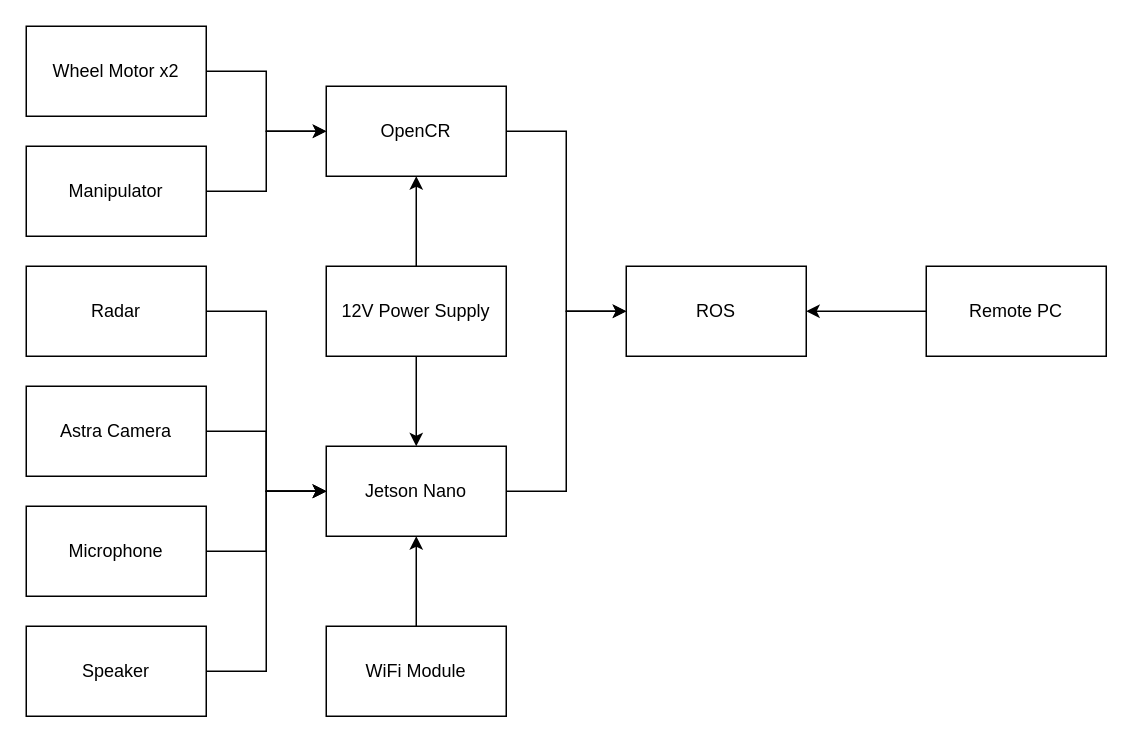
supercatex/flowchart keeps this draw.io diagram as page "Hardware Architecture" (1 of 3) of MR2.drawio. Above is the earlier version. Source tidied: cells renumbered, new cells numbered last; positions are measured from the earlier drawing's top-left corner, leaving out a move shared by most shapes. Both pictures are drawn from the tidied source at 150%, with x=0, y=0 at pixel (26, 26).
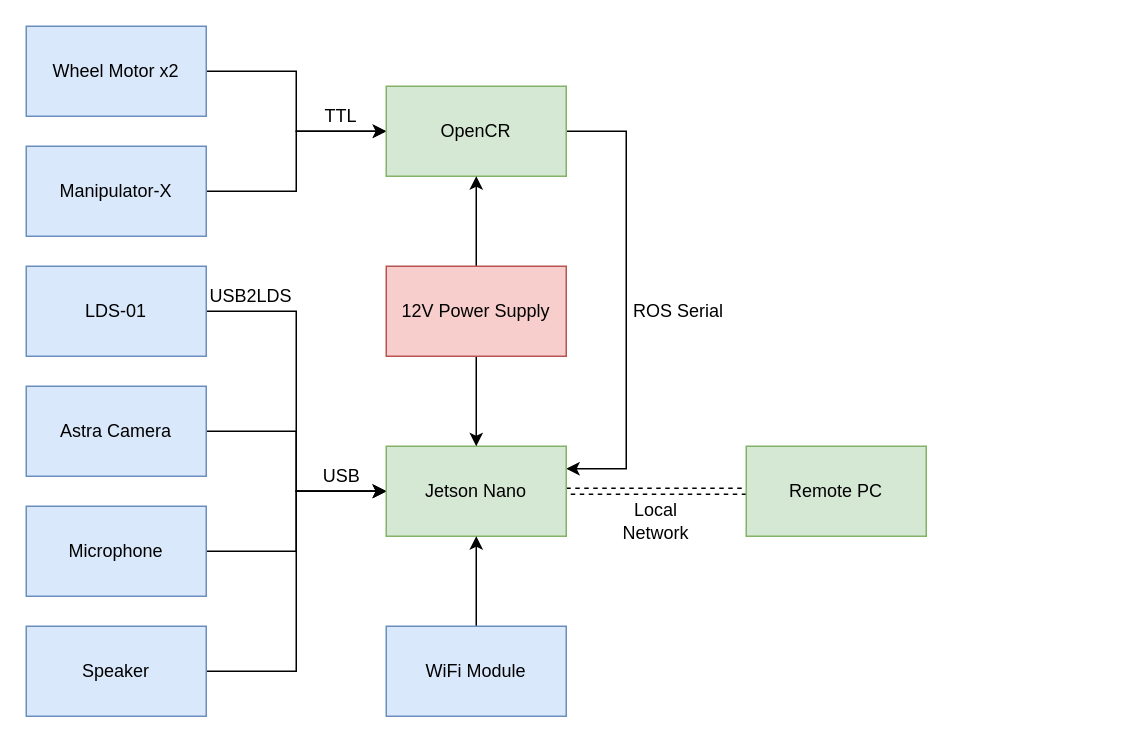
Above is the later version.

What changed in the source:
```diff
@@
-    <mxCell id="3" value="Radar" style="rounded=0;whiteSpace=wrap;html=1;" parent="1" vertex="1">
+    <mxCell id="3" value="LDS-01" style="rounded=0;whiteSpace=wrap;html=1;fillColor=#dae8fc;strokeColor=#6c8ebf;" parent="1" vertex="1">
       <mxGeometry y="160" width="120" height="60" as="geometry" />
     </mxCell>
@@
-    <mxCell id="5" value="Wheel Motor x2" style="rounded=0;whiteSpace=wrap;html=1;" parent="1" vertex="1">
+    <mxCell id="5" value="Wheel Motor x2" style="rounded=0;whiteSpace=wrap;html=1;fillColor=#dae8fc;strokeColor=#6c8ebf;" parent="1" vertex="1">
       <mxGeometry width="120" height="60" as="geometry" />
     </mxCell>
@@
-    <mxCell id="7" value="Manipulator" style="rounded=0;whiteSpace=wrap;html=1;" parent="1" vertex="1">
+    <mxCell id="7" value="Manipulator-X" style="rounded=0;whiteSpace=wrap;html=1;fillColor=#dae8fc;strokeColor=#6c8ebf;" parent="1" vertex="1">
       <mxGeometry y="80" width="120" height="60" as="geometry" />
     </mxCell>
@@
-    <mxCell id="9" value="Astra Camera" style="rounded=0;whiteSpace=wrap;html=1;" parent="1" vertex="1">
+    <mxCell id="9" value="Astra Camera" style="rounded=0;whiteSpace=wrap;html=1;fillColor=#dae8fc;strokeColor=#6c8ebf;" parent="1" vertex="1">
       <mxGeometry y="240" width="120" height="60" as="geometry" />
     </mxCell>
@@
-    <mxCell id="11" value="Microphone" style="rounded=0;whiteSpace=wrap;html=1;align=center;" parent="1" vertex="1">
+    <mxCell id="11" value="Microphone" style="rounded=0;whiteSpace=wrap;html=1;align=center;fillColor=#dae8fc;strokeColor=#6c8ebf;" parent="1" vertex="1">
       <mxGeometry y="320" width="120" height="60" as="geometry" />
     </mxCell>
@@
-    <mxCell id="13" value="Speaker" style="rounded=0;whiteSpace=wrap;html=1;align=center;" parent="1" vertex="1">
+    <mxCell id="13" value="Speaker" style="rounded=0;whiteSpace=wrap;html=1;align=center;fillColor=#dae8fc;strokeColor=#6c8ebf;" parent="1" vertex="1">
       <mxGeometry y="400" width="120" height="60" as="geometry" />
     </mxCell>
-    <mxCell id="14" style="edgeStyle=orthogonalEdgeStyle;rounded=0;jettySize=auto;html=1;exitX=1;exitY=0.5;exitDx=0;exitDy=0;entryX=0;entryY=0.5;entryDx=0;entryDy=0;" parent="1" edge="1" source="15" target="20">
-      <mxGeometry relative="1" as="geometry" />
-    </mxCell>
+    <mxCell id="26" style="edgeStyle=orthogonalEdgeStyle;rounded=0;jettySize=auto;html=1;exitX=1;exitY=0.5;exitDx=0;exitDy=0;entryX=1;entryY=0.25;entryDx=0;entryDy=0;startArrow=none;startFill=0;" parent="1" edge="1" source="15" target="17">
+      <mxGeometry relative="1" as="geometry">
+        <Array as="points">
+          <mxPoint x="400" y="70" />
+          <mxPoint x="400" y="295" />
+        </Array>
+      </mxGeometry>
+    </mxCell>
-    <mxCell id="15" value="OpenCR" style="rounded=0;whiteSpace=wrap;html=1;align=center;" parent="1" vertex="1">
-      <mxGeometry x="200" y="40" width="120" height="60" as="geometry" />
+    <mxCell id="15" value="OpenCR" style="rounded=0;whiteSpace=wrap;html=1;align=center;fillColor=#d5e8d4;strokeColor=#82b366;" parent="1" vertex="1">
+      <mxGeometry x="240" y="40" width="120" height="60" as="geometry" />
     </mxCell>
-    <mxCell id="16" style="edgeStyle=orthogonalEdgeStyle;rounded=0;jettySize=auto;html=1;exitX=1;exitY=0.5;exitDx=0;exitDy=0;entryX=0;entryY=0.5;entryDx=0;entryDy=0;" parent="1" edge="1" source="17" target="20">
-      <mxGeometry relative="1" as="geometry" />
-    </mxCell>
+    <mxCell id="27" style="edgeStyle=orthogonalEdgeStyle;shape=link;rounded=0;jettySize=auto;html=1;exitX=1;exitY=0.5;exitDx=0;exitDy=0;entryX=0;entryY=0.5;entryDx=0;entryDy=0;dashed=1;startArrow=none;startFill=0;" parent="1" edge="1" source="17" target="22">
+      <mxGeometry relative="1" as="geometry" />
+    </mxCell>
-    <mxCell id="17" value="Jetson Nano" style="rounded=0;whiteSpace=wrap;html=1;align=center;" parent="1" vertex="1">
-      <mxGeometry x="200" y="280" width="120" height="60" as="geometry" />
+    <mxCell id="17" value="Jetson Nano" style="rounded=0;whiteSpace=wrap;html=1;align=center;fillColor=#d5e8d4;strokeColor=#82b366;" parent="1" vertex="1">
+      <mxGeometry x="240" y="280" width="120" height="60" as="geometry" />
     </mxCell>
@@
-    <mxCell id="19" value="WiFi Module" style="rounded=0;whiteSpace=wrap;html=1;align=center;" parent="1" vertex="1">
-      <mxGeometry x="200" y="400" width="120" height="60" as="geometry" />
+    <mxCell id="19" value="WiFi Module" style="rounded=0;whiteSpace=wrap;html=1;align=center;fillColor=#dae8fc;strokeColor=#6c8ebf;" parent="1" vertex="1">
+      <mxGeometry x="240" y="400" width="120" height="60" as="geometry" />
     </mxCell>
-    <mxCell id="20" value="ROS" style="rounded=0;whiteSpace=wrap;html=1;align=center;" parent="1" vertex="1">
-      <mxGeometry x="400" y="160" width="120" height="60" as="geometry" />
-    </mxCell>
-    <mxCell id="21" style="edgeStyle=orthogonalEdgeStyle;rounded=0;jettySize=auto;html=1;exitX=0;exitY=0.5;exitDx=0;exitDy=0;entryX=1;entryY=0.5;entryDx=0;entryDy=0;" parent="1" edge="1" source="22" target="20">
-      <mxGeometry relative="1" as="geometry" />
-    </mxCell>
-    <mxCell id="22" value="Remote PC" style="rounded=0;whiteSpace=wrap;html=1;align=center;" parent="1" vertex="1">
-      <mxGeometry x="600" y="160" width="120" height="60" as="geometry" />
+    <mxCell id="22" value="Remote PC" style="rounded=0;whiteSpace=wrap;html=1;align=center;fillColor=#d5e8d4;strokeColor=#82b366;" parent="1" vertex="1">
+      <mxGeometry x="480" y="280" width="120" height="60" as="geometry" />
     </mxCell>
@@
-    <mxCell id="25" value="12V Power Supply" style="rounded=0;whiteSpace=wrap;html=1;align=center;" parent="1" vertex="1">
-      <mxGeometry x="200" y="160" width="120" height="60" as="geometry" />
+    <mxCell id="25" value="12V Power Supply" style="rounded=0;whiteSpace=wrap;html=1;align=center;fillColor=#f8cecc;strokeColor=#b85450;" parent="1" vertex="1">
+      <mxGeometry x="240" y="160" width="120" height="60" as="geometry" />
     </mxCell>
+    <mxCell id="28" value="USB2LDS" style="text;html=1;strokeColor=none;fillColor=none;align=center;verticalAlign=middle;whiteSpace=wrap;rounded=0;" parent="1" vertex="1">
+      <mxGeometry x="130" y="170" width="40" height="20" as="geometry" />
+    </mxCell>
+    <mxCell id="29" value="TTL" style="text;html=1;strokeColor=none;fillColor=none;align=center;verticalAlign=middle;whiteSpace=wrap;rounded=0;" parent="1" vertex="1">
+      <mxGeometry x="190" y="50" width="40" height="20" as="geometry" />
+    </mxCell>
+    <mxCell id="30" value="USB" style="text;html=1;align=center;verticalAlign=middle;" parent="1" vertex="1">
+      <mxGeometry x="190" y="290" width="40" height="20" as="geometry" />
+    </mxCell>
+    <mxCell id="31" value="ROS Serial" style="text;html=1;strokeColor=none;fillColor=none;align=center;verticalAlign=middle;whiteSpace=wrap;rounded=0;" parent="1" vertex="1">
+      <mxGeometry x="400" y="180" width="70" height="20" as="geometry" />
+    </mxCell>
+    <mxCell id="32" value="Local Network" style="text;html=1;strokeColor=none;fillColor=none;align=center;verticalAlign=middle;whiteSpace=wrap;rounded=0;" parent="1" vertex="1">
+      <mxGeometry x="400" y="320" width="40" height="20" as="geometry" />
+    </mxCell>
```
